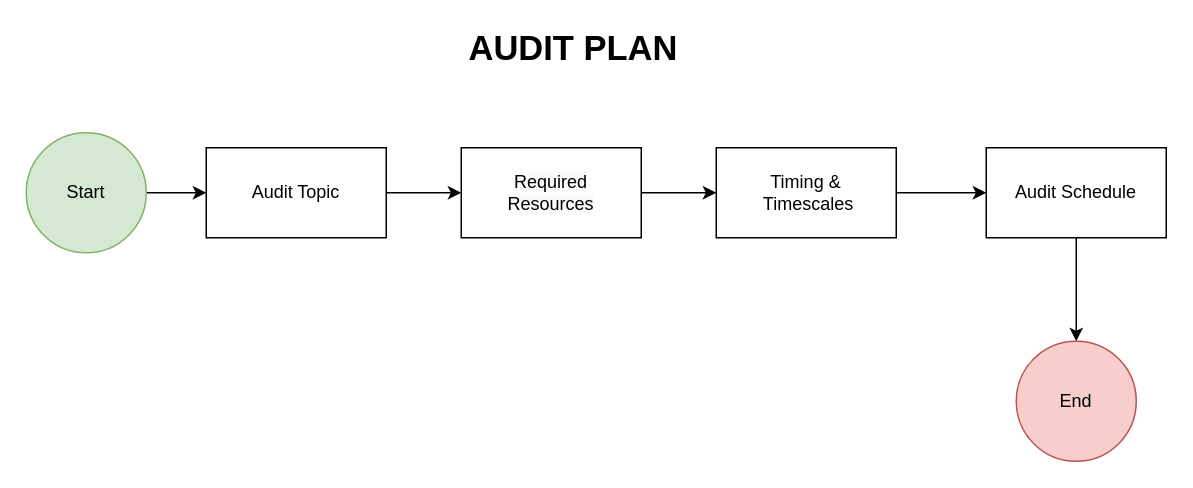
AvikM1996/draw.io keeps this draw.io diagram as page "Audit Plan" (1 of 19) of Untitled Diagram.drawio. Above is the earlier version. Source tidied: cells renumbered, new cells numbered last; positions are measured from the earlier drawing's top-left corner, leaving out a move shared by most shapes. Both pictures are drawn from the tidied source at 150%, with x=0, y=0 at pixel (26, 26).
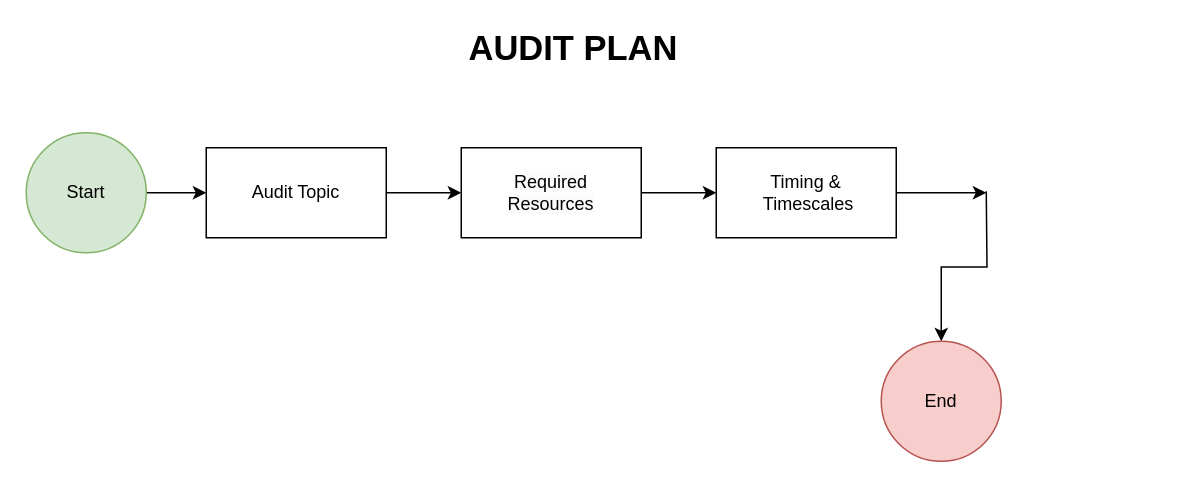
Above is the later version.

The edit, as a diff of the source:
```diff
@@
 <mxGraphModel>
   <root>
     <mxCell id="0" />
     <mxCell id="1" parent="0" />
     <mxCell id="2" value="&lt;b&gt;&lt;font style=&quot;font-size: 23px;&quot;&gt;AUDIT PLAN&lt;/font&gt;&lt;/b&gt;" style="text;html=1;align=center;verticalAlign=middle;whiteSpace=wrap;rounded=0;" parent="1" vertex="1">
       <mxGeometry x="290" width="150" height="30" as="geometry" />
     </mxCell>
     <mxCell id="3" style="edgeStyle=orthogonalEdgeStyle;rounded=0;jettySize=auto;html=1;exitX=1;exitY=0.5;exitDx=0;exitDy=0;" parent="1" edge="1" source="4">
       <mxGeometry relative="1" as="geometry">
         <mxPoint x="120" y="111" as="targetPoint" />
       </mxGeometry>
     </mxCell>
     <mxCell id="4" value="Start" style="ellipse;whiteSpace=wrap;html=1;fillColor=#d5e8d4;strokeColor=#82b366;" parent="1" vertex="1">
       <mxGeometry y="71" width="80" height="80" as="geometry" />
     </mxCell>
     <mxCell id="5" style="edgeStyle=orthogonalEdgeStyle;rounded=0;jettySize=auto;html=1;exitX=1;exitY=0.5;exitDx=0;exitDy=0;" parent="1" edge="1" source="6" target="10">
       <mxGeometry relative="1" as="geometry" />
     </mxCell>
     <mxCell id="6" value="Audit Topic" style="rounded=0;whiteSpace=wrap;html=1;" parent="1" vertex="1">
       <mxGeometry x="120" y="81" width="120" height="60" as="geometry" />
     </mxCell>
-    <mxCell id="7" style="edgeStyle=orthogonalEdgeStyle;rounded=0;jettySize=auto;html=1;" parent="1" edge="1" source="8" target="12">
-      <mxGeometry relative="1" as="geometry" />
+    <mxCell id="7" style="edgeStyle=orthogonalEdgeStyle;rounded=0;jettySize=auto;html=1;" parent="1" edge="1" source="8">
+      <mxGeometry relative="1" as="geometry">
+        <mxPoint x="640" y="111" as="targetPoint" />
+      </mxGeometry>
     </mxCell>
     <mxCell id="8" value="Timing &amp;amp;&lt;br&gt;&amp;nbsp;Timescales" style="rounded=0;whiteSpace=wrap;html=1;" parent="1" vertex="1">
       <mxGeometry x="460" y="81" width="120" height="60" as="geometry" />
     </mxCell>
     <mxCell id="9" style="edgeStyle=orthogonalEdgeStyle;rounded=0;jettySize=auto;html=1;exitX=1;exitY=0.5;exitDx=0;exitDy=0;" parent="1" edge="1" source="10" target="8">
       <mxGeometry relative="1" as="geometry" />
     </mxCell>
     <mxCell id="10" value="&lt;br&gt;&lt;span style=&quot;color: rgb(0, 0, 0); font-family: Helvetica; font-size: 12px; font-style: normal; font-variant-ligatures: normal; font-variant-caps: normal; font-weight: 400; letter-spacing: normal; orphans: 2; text-align: center; text-indent: 0px; text-transform: none; widows: 2; word-spacing: 0px; -webkit-text-stroke-width: 0px; white-space: normal; background-color: rgb(251, 251, 251); text-decoration-thickness: initial; text-decoration-style: initial; text-decoration-color: initial; display: inline !important; float: none;&quot;&gt;Required &lt;br&gt;Resources&lt;/span&gt;&lt;div&gt;&lt;br/&gt;&lt;/div&gt;" style="rounded=0;whiteSpace=wrap;html=1;" parent="1" vertex="1">
       <mxGeometry x="290" y="81" width="120" height="60" as="geometry" />
     </mxCell>
-    <mxCell id="11" style="edgeStyle=orthogonalEdgeStyle;rounded=0;jettySize=auto;html=1;" parent="1" edge="1" source="12" target="13">
-      <mxGeometry relative="1" as="geometry" />
+    <mxCell id="11" style="edgeStyle=orthogonalEdgeStyle;rounded=0;jettySize=auto;html=1;" parent="1" edge="1" target="13">
+      <mxGeometry relative="1" as="geometry">
+        <mxPoint x="640" y="110" as="sourcePoint" />
+      </mxGeometry>
     </mxCell>
-    <mxCell id="12" value="Audit Schedule" style="rounded=0;whiteSpace=wrap;html=1;" parent="1" vertex="1">
-      <mxGeometry x="640" y="81" width="120" height="60" as="geometry" />
-    </mxCell>
     <mxCell id="13" value="End" style="ellipse;whiteSpace=wrap;html=1;fillColor=#f8cecc;strokeColor=#b85450;" parent="1" vertex="1">
-      <mxGeometry x="660" y="210" width="80" height="80" as="geometry" />
+      <mxGeometry x="570" y="210" width="80" height="80" as="geometry" />
     </mxCell>
   </root>
 </mxGraphModel>
```
